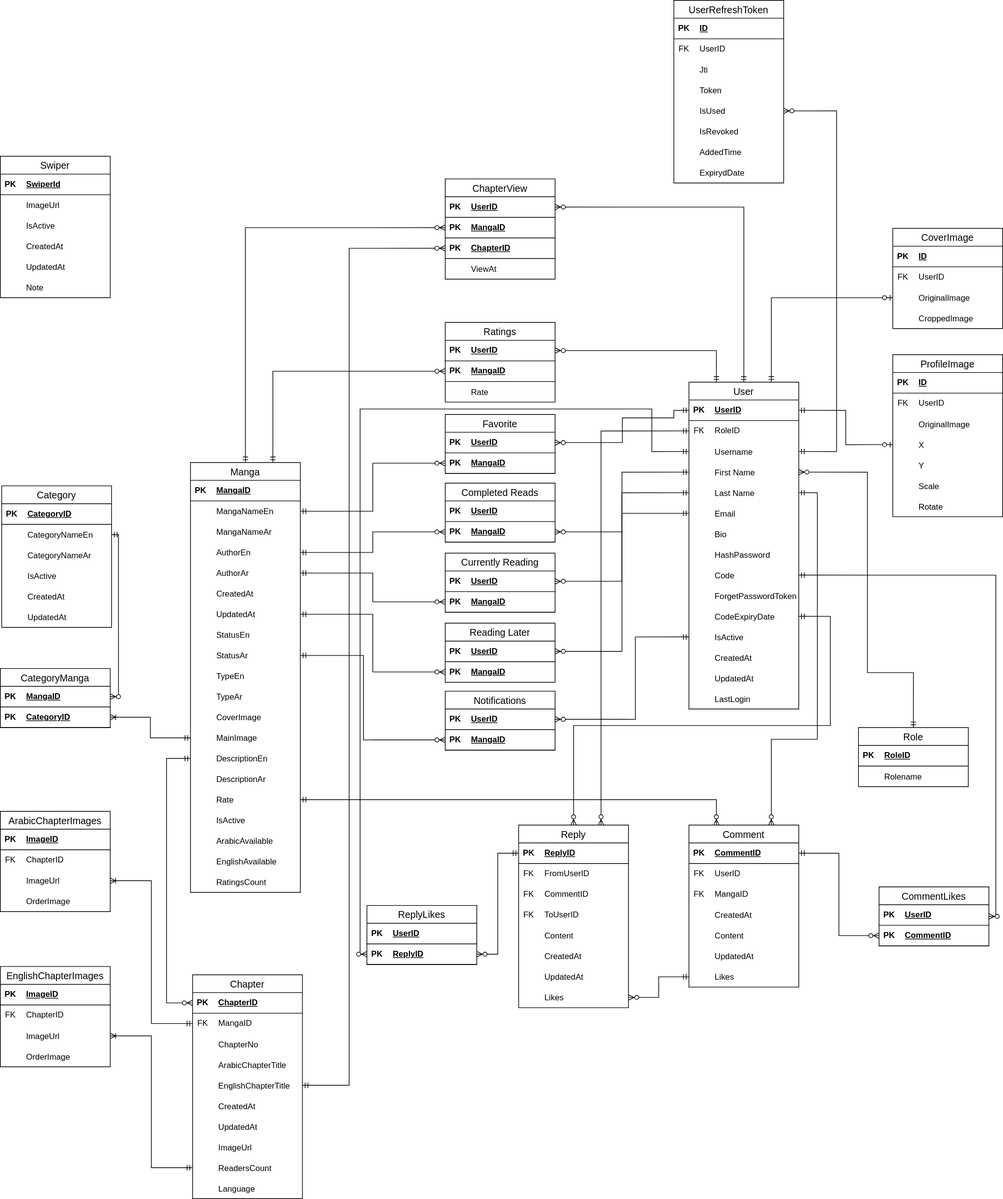
Earlier version of the draw.io export ERD/ARABOON.svg (darxx03eh/ARABOON-Backend). Source tidied: cells renumbered, new cells last; positions are measured from the earlier drawing's top-left corner, leaving out a move shared by most shapes.
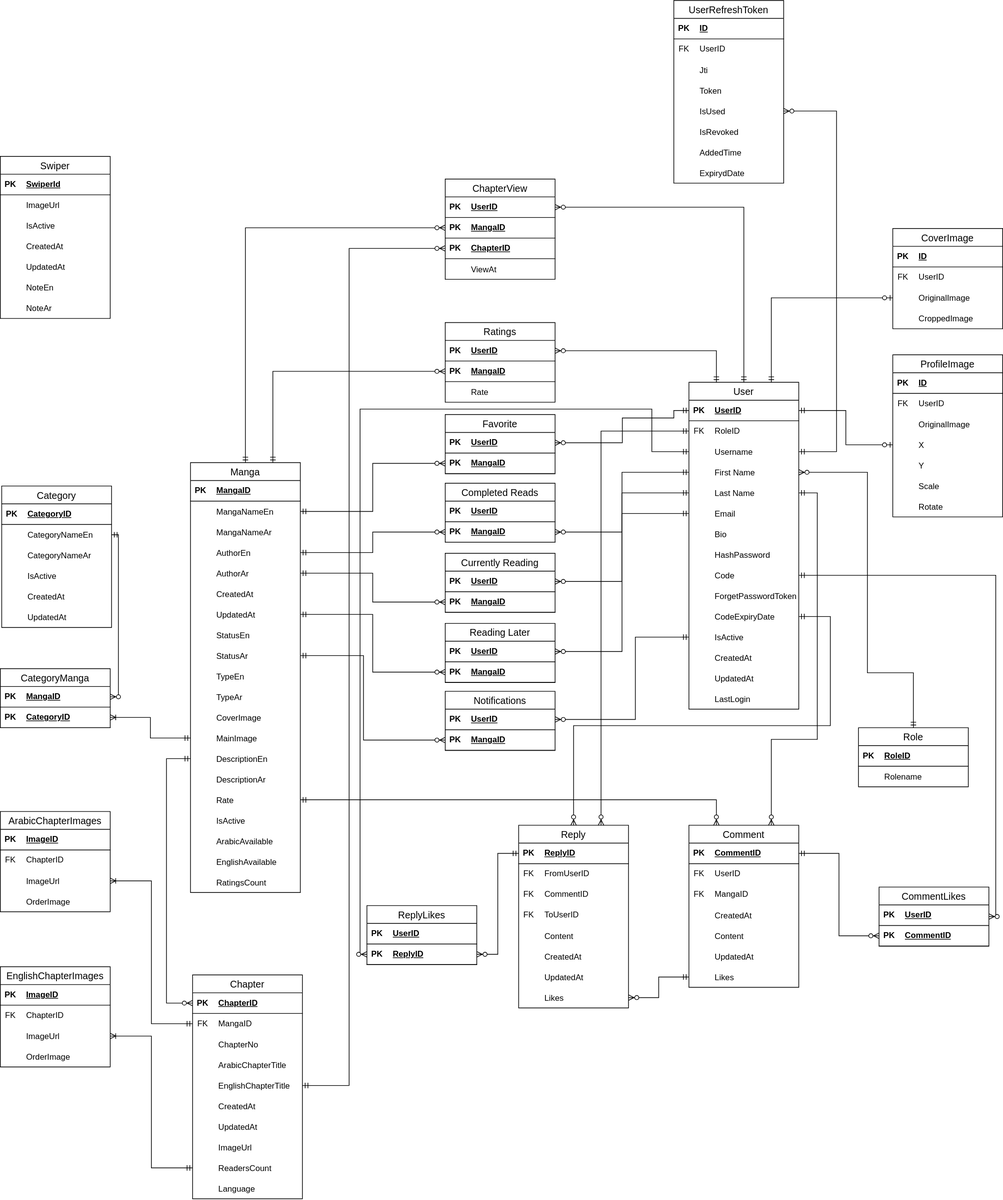
The same diagram one commit later.

Diff of the diagram source:
```diff
@@ -1356,10 +1356,10 @@
       </mxGeometry>
     </mxCell>
     <mxCell id="434" value="Swiper" style="swimlane;fontStyle=0;horizontal=1;startSize=26;align=center;fontSize=14;" parent="1" vertex="1">
-      <mxGeometry y="227" width="160" height="206" as="geometry" />
+      <mxGeometry y="227" width="160" height="236" as="geometry" />
     </mxCell>
     <mxCell id="435" style="shape=table;startSize=0;rowLines=0;fontStyle=0;align=center;strokeColor=none;fillColor=none;" parent="434" vertex="1">
-      <mxGeometry y="26" width="160" height="180" as="geometry" />
+      <mxGeometry y="26" width="160" height="210" as="geometry" />
     </mxCell>
     <mxCell id="436" style="shape=tableRow;horizontal=0;startSize=0;swimlaneHead=0;swimlaneBody=0;fillColor=none;top=0;left=0;right=0;bottom=1;" parent="435" vertex="1">
       <mxGeometry width="160" height="30" as="geometry" />
@@ -1412,8 +1412,17 @@
     <mxCell id="452" style="shape=partialRectangle;fillColor=none;top=0;left=0;bottom=0;right=0;overflow=hidden;" parent="451" vertex="1">
       <mxGeometry width="30" height="30" as="geometry" />
     </mxCell>
-    <mxCell id="453" value="Note" style="shape=partialRectangle;fillColor=none;top=0;left=0;bottom=0;right=0;align=left;spacingLeft=6;overflow=hidden;" parent="451" vertex="1">
+    <mxCell id="453" value="NoteEn" style="shape=partialRectangle;fillColor=none;top=0;left=0;bottom=0;right=0;align=left;spacingLeft=6;overflow=hidden;" parent="451" vertex="1">
       <mxGeometry x="30" width="130" height="30" as="geometry" />
     </mxCell>
+    <mxCell id="454" style="shape=tableRow;horizontal=0;startSize=0;swimlaneHead=0;swimlaneBody=0;fillColor=none;top=0;left=0;right=0;bottom=0;" parent="435" vertex="1">
+      <mxGeometry y="180" width="160" height="30" as="geometry" />
+    </mxCell>
+    <mxCell id="455" style="shape=partialRectangle;fillColor=none;top=0;left=0;bottom=0;right=0;overflow=hidden;" parent="454" vertex="1">
+      <mxGeometry width="30" height="30" as="geometry" />
+    </mxCell>
+    <mxCell id="456" value="NoteAr" style="shape=partialRectangle;fillColor=none;top=0;left=0;bottom=0;right=0;align=left;spacingLeft=6;overflow=hidden;" parent="454" vertex="1">
+      <mxGeometry x="30" width="130" height="30" as="geometry" />
+    </mxCell>
   </root>
 </mxGraphModel>
```
